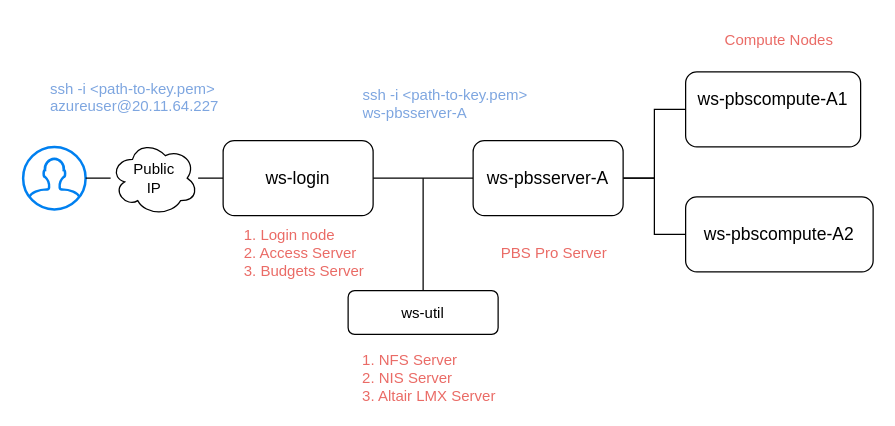
Above: workshop_austalia_setup.drawio in doddam-manjunath/diagram_io (draw.io), before the change. Source tidied: cells renumbered, new cells numbered last; positions are measured from the earlier drawing's top-left corner, leaving out a move shared by most shapes. Both pictures are drawn from the tidied source at 125%, with x=0, y=0 at pixel (22, 21).
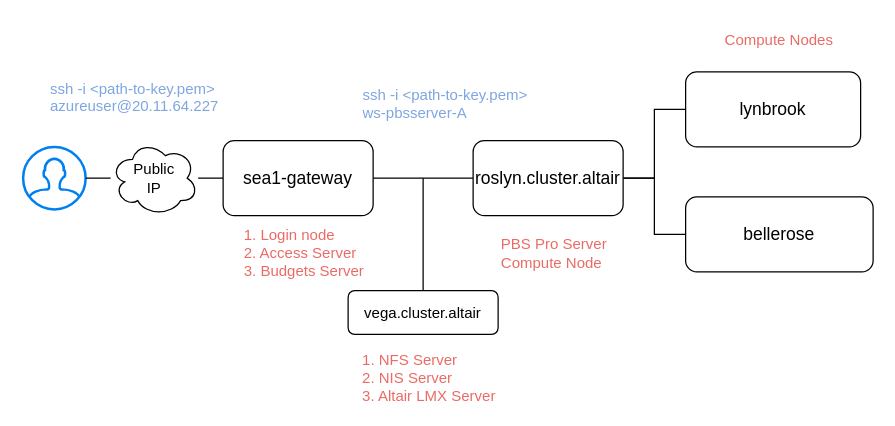
Above is the later version.

The edit, as a diff of the source:
```diff
@@
-    <mxCell id="5" value="ws-login" style="rounded=1;whiteSpace=wrap;html=1;fontSize=14;" parent="1" vertex="1">
+    <mxCell id="5" value="sea1-gateway" style="rounded=1;whiteSpace=wrap;html=1;fontSize=14;" parent="1" vertex="1">
       <mxGeometry x="160" y="95" width="120" height="60" as="geometry" />
     </mxCell>
@@
-    <mxCell id="9" value="ws-pbsserver-A" style="rounded=1;whiteSpace=wrap;html=1;fontSize=14;" parent="1" vertex="1">
+    <mxCell id="9" value="&lt;span&gt;roslyn.cluster.altair &lt;br&gt;&lt;/span&gt;" style="rounded=1;whiteSpace=wrap;html=1;fontSize=14;" parent="1" vertex="1">
       <mxGeometry x="360" y="95" width="120" height="60" as="geometry" />
     </mxCell>
-    <mxCell id="10" value="&lt;div&gt;ws-pbscompute-A1&lt;/div&gt;&lt;div&gt;&lt;br&gt;&lt;/div&gt;" style="whiteSpace=wrap;html=1;fontSize=14;rounded=1;" parent="1" vertex="1">
+    <mxCell id="10" value="lynbrook" style="whiteSpace=wrap;html=1;fontSize=14;rounded=1;" parent="1" vertex="1">
       <mxGeometry x="530" y="40" width="140" height="60" as="geometry" />
     </mxCell>
-    <mxCell id="11" value="ws-pbscompute-A2" style="whiteSpace=wrap;html=1;fontSize=14;rounded=1;" parent="1" vertex="1">
+    <mxCell id="11" value="bellerose" style="whiteSpace=wrap;html=1;fontSize=14;rounded=1;" parent="1" vertex="1">
       <mxGeometry x="530" y="140" width="150" height="60" as="geometry" />
     </mxCell>
@@
-    <mxCell id="14" value="PBS Pro Server" style="text;html=1;align=center;verticalAlign=middle;whiteSpace=wrap;rounded=0;fontColor=#EA6B66;" parent="1" vertex="1">
+    <mxCell id="14" value="PBS Pro Server&lt;br&gt;&lt;div align=&quot;left&quot;&gt;Compute Node&lt;/div&gt;" style="text;html=1;align=center;verticalAlign=middle;whiteSpace=wrap;rounded=0;fontColor=#EA6B66;" parent="1" vertex="1">
       <mxGeometry x="370" y="170" width="110" height="30" as="geometry" />
     </mxCell>
@@
-    <mxCell id="17" value="ws-util" style="rounded=1;whiteSpace=wrap;html=1;" parent="1" vertex="1">
+    <mxCell id="17" value="&lt;span&gt;vega.cluster.altair&lt;/span&gt;" style="rounded=1;whiteSpace=wrap;html=1;" parent="1" vertex="1">
       <mxGeometry x="260" y="215" width="120" height="35" as="geometry" />
     </mxCell>
```
